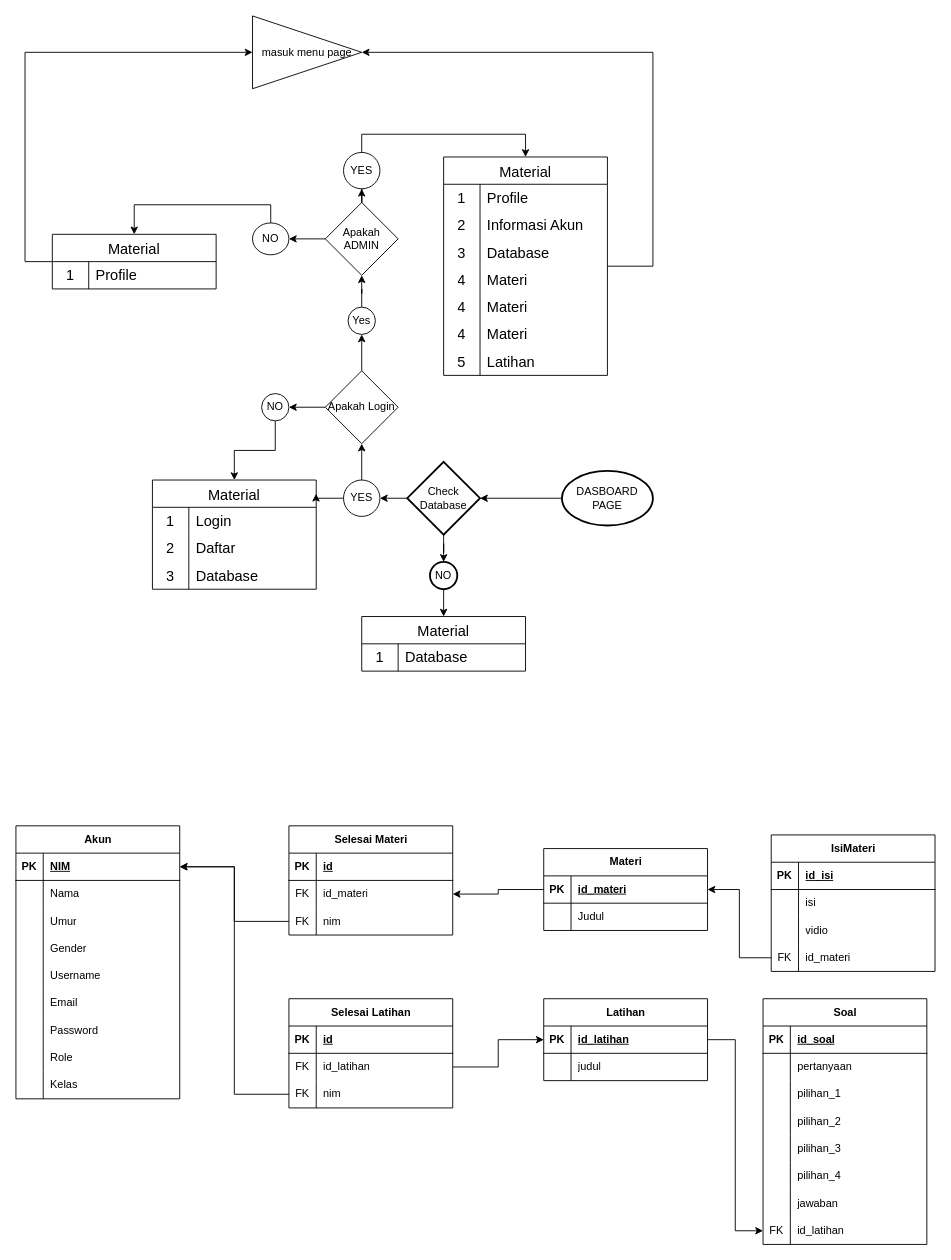
The draw.io diagram src/diagram/Untitled Diagram.drawio in Razha90/VB-Media-Pembelajaran, before the edit. Source tidied: cells renumbered, new cells numbered last; positions are measured from the earlier drawing's top-left corner, leaving out a move shared by most shapes. Both pictures are drawn from the tidied source at 91%, with x=0, y=0 at pixel (15, 15).
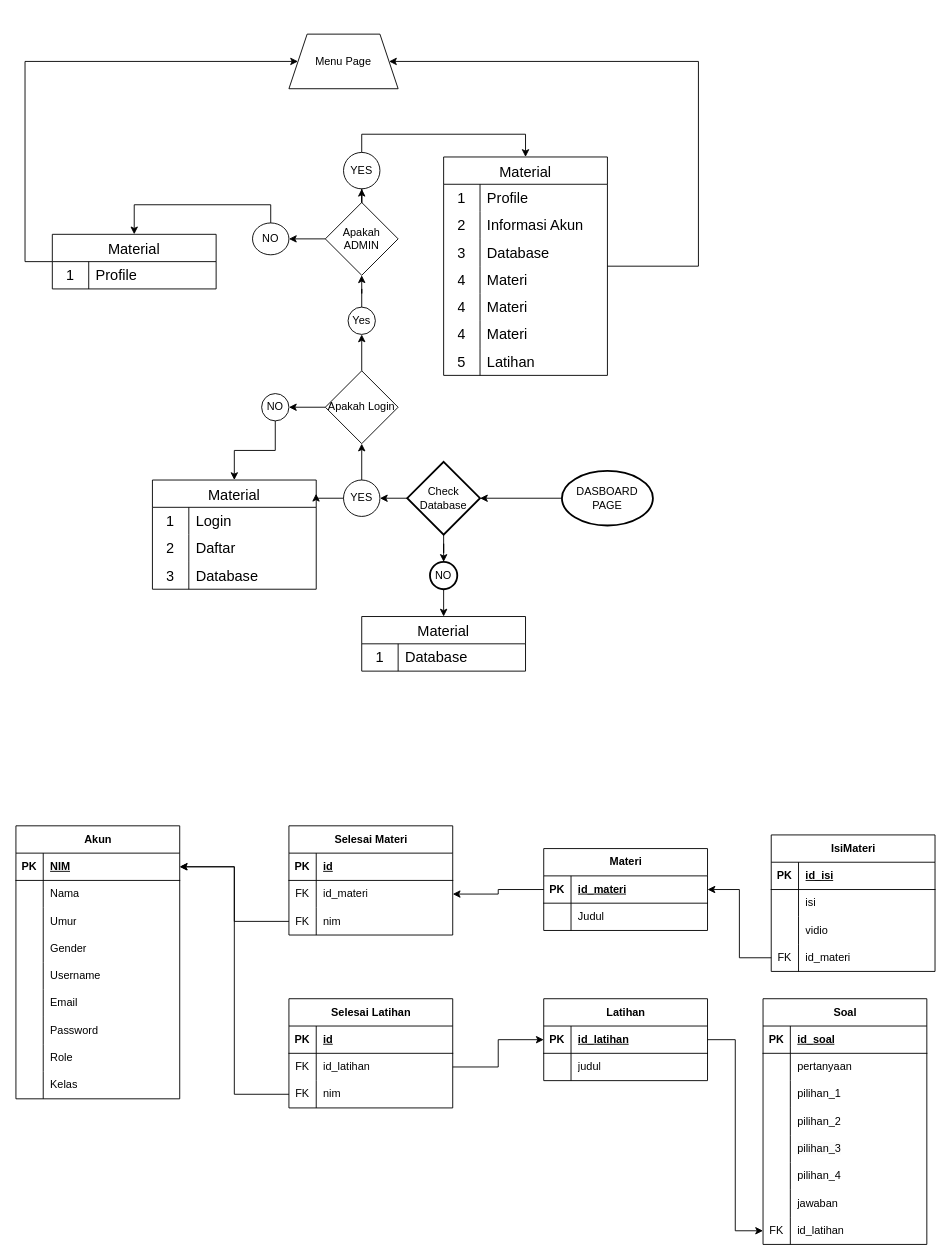
After the change.

The change refers to these unchanged cells:
```xml
<mxCell id="41" value="Material" style="shape=table;startSize=30;childLayout=tableLayout;rowLines=0;fontStyle=0;strokeColor=default;fontSize=16;" parent="1" vertex="1">
  <mxGeometry x="470" y="155" width="180" height="240" as="geometry" />
</mxCell>
<mxCell id="64" value="Material" style="shape=table;startSize=30;childLayout=tableLayout;rowLines=0;fontStyle=0;strokeColor=default;fontSize=16;" parent="1" vertex="1">
  <mxGeometry x="40" y="240" width="180" height="60" as="geometry" />
</mxCell>
```

The edit, as a diff of the source:
```diff
@@
-    <mxCell id="40" style="edgeStyle=orthogonalEdgeStyle;rounded=0;jettySize=auto;html=1;entryX=1;entryY=0.5;entryDx=0;entryDy=0;" parent="1" edge="1" source="41" target="68">
-      <mxGeometry relative="1" as="geometry">
-        <Array as="points">
-          <mxPoint x="700" y="275" />
-          <mxPoint x="700" y="40" />
-        </Array>
-      </mxGeometry>
-    </mxCell>
+    <mxCell id="176" style="edgeStyle=orthogonalEdgeStyle;rounded=0;jettySize=auto;html=1;entryX=1;entryY=0.5;entryDx=0;entryDy=0;" parent="1" edge="1" source="41" target="177">
+      <mxGeometry relative="1" as="geometry">
+        <Array as="points">
+          <mxPoint x="750" y="275" />
+          <mxPoint x="750" y="50" />
+        </Array>
+      </mxGeometry>
+    </mxCell>
@@
-    <mxCell id="63" style="edgeStyle=orthogonalEdgeStyle;rounded=0;jettySize=auto;html=1;entryX=0;entryY=0.5;entryDx=0;entryDy=0;" parent="1" edge="1" source="64" target="68">
+    <mxCell id="63" style="edgeStyle=orthogonalEdgeStyle;rounded=0;jettySize=auto;html=1;entryX=0;entryY=0.5;entryDx=0;entryDy=0;" parent="1" edge="1" source="64" target="177">
       <mxGeometry relative="1" as="geometry">
         <Array as="points">
           <mxPoint x="10" y="270" />
-          <mxPoint x="10" y="40" />
+          <mxPoint x="10" y="50" />
         </Array>
       </mxGeometry>
     </mxCell>
@@
-    <mxCell id="68" value="masuk menu page" style="triangle;whiteSpace=wrap;html=1;" parent="1" vertex="1">
-      <mxGeometry x="260" width="120" height="80" as="geometry" />
-    </mxCell>
@@
+    <mxCell id="177" value="Menu Page" style="shape=trapezoid;perimeter=trapezoidPerimeter;whiteSpace=wrap;html=1;fixedSize=1;" parent="1" vertex="1">
+      <mxGeometry x="300" y="20" width="120" height="60" as="geometry" />
+    </mxCell>
```
